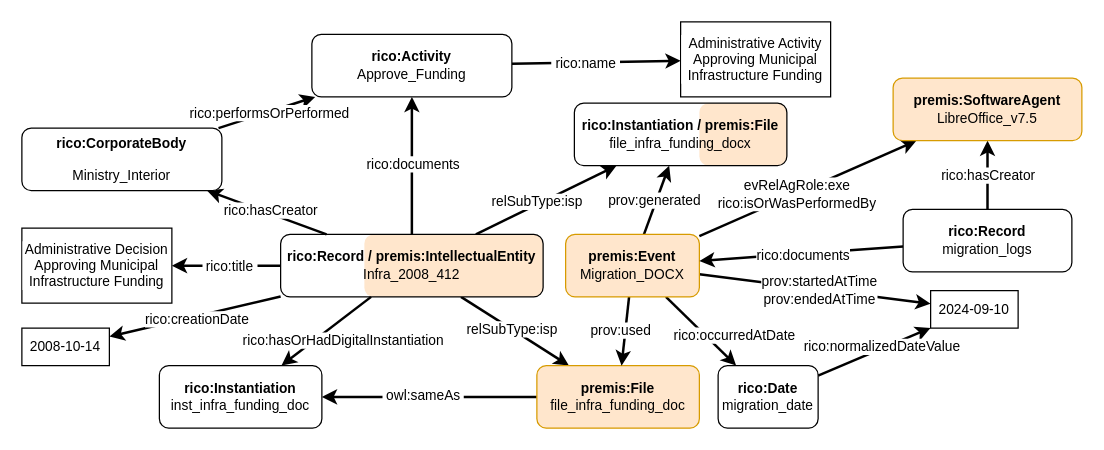
Above: page "example" (4 of 4) of MTSR_2026_paper__1652_comera_ready_src/PREMIS-ontology.drawio in mgdamig/Extending-RiC--CM-to-Capture-Digital-Preservation-Purposes (draw.io), before the change. Source tidied: cells renumbered, new cells numbered last; positions are measured from the earlier drawing's top-left corner, leaving out a move shared by most shapes. Both pictures are drawn from the tidied source at 125%, with x=0, y=0 at pixel (21, 21).
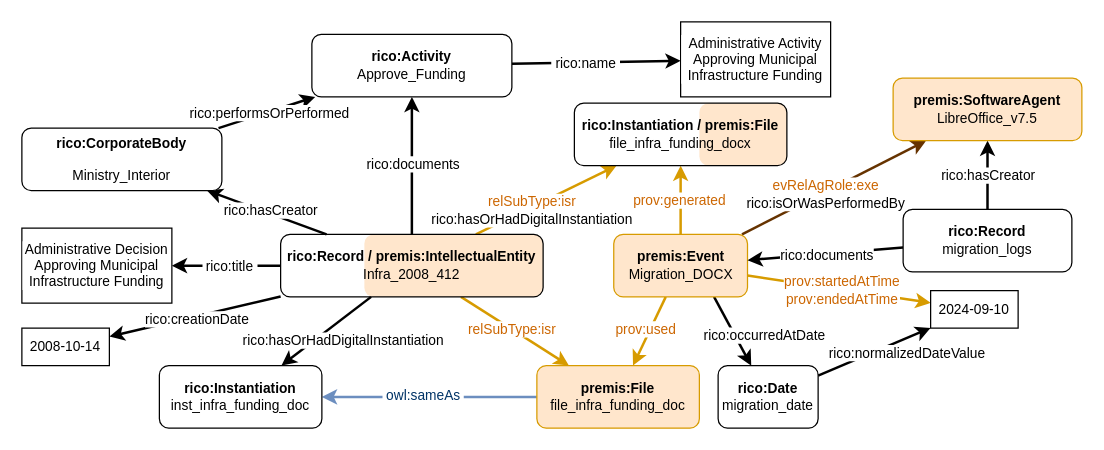
After the change.

The change refers to these unchanged cells:
```xml
<mxCell id="26" value="&lt;b&gt;premis:File&lt;/b&gt;&lt;div&gt;&lt;div&gt;file_infra_funding_doc&lt;b&gt;&lt;/b&gt;&lt;/div&gt;&lt;/div&gt;" style="rounded=1;whiteSpace=wrap;html=1;fontFamily=Helvetica;fontSize=11;labelBackgroundColor=none;fillColor=#ffe6cc;strokeColor=#d79b00;backgroundOutline=0;glass=0;" parent="1" vertex="1">
  <mxGeometry x="412" y="275" width="130" height="50" as="geometry" />
</mxCell>
<mxCell id="27" value="&lt;div&gt;&lt;b&gt;rico:&lt;/b&gt;&lt;span style=&quot;background-color: light-dark(#ffffff, var(--ge-dark-color, #121212));&quot;&gt;&lt;b&gt;Instantiation&lt;/b&gt;&lt;/span&gt;&lt;/div&gt;&lt;div&gt;&lt;span style=&quot;background-color: light-dark(#ffffff, var(--ge-dark-color, #121212)); color: light-dark(rgb(0, 0, 0), rgb(255, 255, 255));&quot;&gt;inst_&lt;/span&gt;&lt;span style=&quot;color: light-dark(rgb(0, 0, 0), rgb(255, 255, 255)); background-color: light-dark(#ffffff, var(--ge-dark-color, #121212));&quot;&gt;infra_funding_doc&lt;/span&gt;&lt;/div&gt;" style="rounded=1;whiteSpace=wrap;html=1;fontFamily=Helvetica;fontSize=11;fontColor=default;labelBackgroundColor=default;" parent="1" vertex="1">
  <mxGeometry x="110" y="275" width="130" height="50" as="geometry" />
</mxCell>
<mxCell id="45" value="&lt;div&gt;&lt;b&gt;premis:SoftwareAgent&lt;/b&gt;&lt;br&gt;&lt;div&gt;LibreOffice_v7.5&lt;/div&gt;&lt;/div&gt;" style="rounded=1;whiteSpace=wrap;html=1;fontFamily=Helvetica;fontSize=11;labelBackgroundColor=none;fillColor=#ffe6cc;strokeColor=#d79b00;backgroundOutline=0;glass=0;" parent="1" vertex="1">
  <mxGeometry x="697" y="45" width="151" height="50" as="geometry" />
</mxCell>
<mxCell id="46" value="2024-09-10" style="rounded=0;whiteSpace=wrap;html=1;fontFamily=Helvetica;fontSize=11;fontColor=default;labelBackgroundColor=default;" parent="1" vertex="1">
  <mxGeometry x="727" y="215" width="70" height="30" as="geometry" />
</mxCell>
<mxCell id="49" value="&lt;b&gt;rico:Record / premis:IntellectualEntity&lt;/b&gt;&lt;div&gt;&lt;div&gt;Infra_2008_412&lt;b&gt;&lt;/b&gt;&lt;/div&gt;&lt;/div&gt;" style="rounded=1;whiteSpace=wrap;html=1;fontFamily=Helvetica;fontSize=11;labelBackgroundColor=none;backgroundOutline=0;glass=1;shadow=0;fillColor=none;" parent="47" vertex="1">
  <mxGeometry width="210" height="50" as="geometry" />
</mxCell>
<mxCell id="52" value="&lt;div style=&quot;&quot;&gt;&lt;b&gt;rico:Instantiation&amp;nbsp;&lt;/b&gt;&lt;b style=&quot;background-color: transparent; color: light-dark(rgb(0, 0, 0), rgb(255, 255, 255));&quot;&gt;/&amp;nbsp;&lt;/b&gt;&lt;span style=&quot;background-color: transparent; color: light-dark(rgb(0, 0, 0), rgb(255, 255, 255));&quot;&gt;&lt;b&gt;premis:File&lt;/b&gt;&lt;/span&gt;&lt;/div&gt;&lt;div&gt;&lt;div&gt;file_infra_funding_docx&lt;/div&gt;&lt;/div&gt;" style="rounded=1;whiteSpace=wrap;html=1;fontFamily=Helvetica;fontSize=11;labelBackgroundColor=none;backgroundOutline=0;glass=1;portConstraintRotation=0;fillColor=none;" parent="50" vertex="1">
  <mxGeometry width="170" height="50" as="geometry" />
</mxCell>
<mxCell id="53" style="edgeStyle=none;shape=connector;rounded=0;jettySize=auto;html=1;strokeColor=default;strokeWidth=2;align=center;verticalAlign=middle;fontFamily=Helvetica;fontSize=11;fontColor=default;labelBackgroundColor=default;endArrow=classic;" parent="1" edge="1" source="55" target="46">
  <mxGeometry relative="1" as="geometry" />
</mxCell>
```

The edit, as a diff of the source:
```diff
@@
-    <mxCell id="10" style="edgeStyle=none;shape=connector;rounded=0;jettySize=auto;html=1;strokeColor=default;strokeWidth=2;align=center;verticalAlign=middle;fontFamily=Helvetica;fontSize=11;fontColor=default;labelBackgroundColor=default;endArrow=classic;" parent="1" edge="1" source="49" target="26">
+    <mxCell id="10" style="edgeStyle=none;shape=connector;rounded=0;jettySize=auto;html=1;strokeColor=#d79b00;strokeWidth=2;align=center;verticalAlign=middle;fontFamily=Helvetica;fontSize=11;fontColor=default;labelBackgroundColor=default;endArrow=classic;fillColor=#ffe6cc;" parent="1" edge="1" source="49" target="26">
       <mxGeometry relative="1" as="geometry" />
     </mxCell>
-    <mxCell id="11" value="relSubType:isp" style="edgeLabel;html=1;align=center;verticalAlign=middle;fontFamily=Helvetica;fontSize=11;fontColor=default;labelBackgroundColor=default;" parent="10" vertex="1">
+    <mxCell id="11" value="relSubType:isr" style="edgeLabel;html=1;align=center;verticalAlign=middle;fontFamily=Helvetica;fontSize=11;fontColor=#CC6600;labelBackgroundColor=default;" parent="10" vertex="1">
       <mxGeometry x="-0.07" relative="1" as="geometry" />
     </mxCell>
@@
-    <mxCell id="14" style="edgeStyle=none;shape=connector;rounded=0;jettySize=auto;html=1;strokeColor=default;strokeWidth=2;align=center;verticalAlign=middle;fontFamily=Helvetica;fontSize=11;fontColor=default;labelBackgroundColor=default;endArrow=classic;" parent="1" edge="1" source="49" target="52">
+    <mxCell id="14" style="edgeStyle=none;shape=connector;rounded=0;jettySize=auto;html=1;strokeColor=#d79b00;strokeWidth=2;align=center;verticalAlign=middle;fontFamily=Helvetica;fontSize=11;fontColor=default;labelBackgroundColor=default;endArrow=classic;fillColor=#ffe6cc;" parent="1" edge="1" source="49" target="52">
       <mxGeometry relative="1" as="geometry" />
     </mxCell>
-    <mxCell id="15" value="relSubType:isp" style="edgeLabel;html=1;align=center;verticalAlign=middle;fontFamily=Helvetica;fontSize=11;fontColor=default;labelBackgroundColor=default;" parent="14" vertex="1">
-      <mxGeometry x="-0.12" y="3" relative="1" as="geometry" />
+    <mxCell id="15" value="relSubType:isr&lt;br&gt;&lt;span style=&quot;color: rgb(0, 0, 0);&quot;&gt;rico:hasOrHadDigitalInstantiation&lt;/span&gt;" style="edgeLabel;html=1;align=center;verticalAlign=middle;fontFamily=Helvetica;fontSize=11;fontColor=#CC6600;labelBackgroundColor=default;" parent="14" vertex="1">
+      <mxGeometry x="-0.12" y="3" relative="1" as="geometry">
+        <mxPoint x="-4" y="7" as="offset" />
+      </mxGeometry>
     </mxCell>
@@
-    <mxCell id="24" style="edgeStyle=none;shape=connector;rounded=0;jettySize=auto;html=1;strokeColor=default;strokeWidth=2;align=center;verticalAlign=middle;fontFamily=Helvetica;fontSize=11;fontColor=default;labelBackgroundColor=default;endArrow=classic;" parent="1" edge="1" source="26" target="27">
+    <mxCell id="24" style="edgeStyle=none;shape=connector;rounded=0;jettySize=auto;html=1;strokeColor=#6c8ebf;strokeWidth=2;align=center;verticalAlign=middle;fontFamily=Helvetica;fontSize=11;fontColor=default;labelBackgroundColor=default;endArrow=classic;fillColor=#dae8fc;" parent="1" edge="1" source="26" target="27">
       <mxGeometry relative="1" as="geometry" />
     </mxCell>
-    <mxCell id="25" value="&amp;nbsp;owl:sameAs&amp;nbsp;" style="edgeLabel;html=1;align=center;verticalAlign=middle;fontFamily=Helvetica;fontSize=11;fontColor=default;labelBackgroundColor=default;" parent="24" vertex="1">
+    <mxCell id="25" value="&amp;nbsp;owl:sameAs&amp;nbsp;" style="edgeLabel;html=1;align=center;verticalAlign=middle;fontFamily=Helvetica;fontSize=11;fontColor=#003366;labelBackgroundColor=default;" parent="24" vertex="1">
       <mxGeometry x="0.07" y="-2" relative="1" as="geometry" />
     </mxCell>
@@
-    <mxCell id="28" style="edgeStyle=none;shape=connector;rounded=0;jettySize=auto;html=1;strokeColor=default;strokeWidth=2;align=center;verticalAlign=middle;fontFamily=Helvetica;fontSize=11;fontColor=default;labelBackgroundColor=default;endArrow=classic;" parent="1" edge="1" source="38" target="26">
+    <mxCell id="28" style="edgeStyle=none;shape=connector;rounded=0;jettySize=auto;html=1;strokeColor=#d79b00;strokeWidth=2;align=center;verticalAlign=middle;fontFamily=Helvetica;fontSize=11;fontColor=default;labelBackgroundColor=default;endArrow=classic;fillColor=#ffe6cc;" parent="1" edge="1" source="38" target="26">
       <mxGeometry relative="1" as="geometry" />
     </mxCell>
-    <mxCell id="29" value="prov:used" style="edgeLabel;html=1;align=center;verticalAlign=middle;fontFamily=Helvetica;fontSize=11;fontColor=default;labelBackgroundColor=default;" parent="28" vertex="1">
+    <mxCell id="29" value="prov:used" style="edgeLabel;html=1;align=center;verticalAlign=middle;fontFamily=Helvetica;fontSize=11;fontColor=#CC6600;labelBackgroundColor=default;" parent="28" vertex="1">
       <mxGeometry x="-0.03" y="-4" relative="1" as="geometry" />
     </mxCell>
-    <mxCell id="30" style="edgeStyle=none;shape=connector;rounded=0;jettySize=auto;html=1;strokeColor=default;strokeWidth=2;align=center;verticalAlign=middle;fontFamily=Helvetica;fontSize=11;fontColor=default;labelBackgroundColor=default;endArrow=classic;" parent="1" edge="1" source="38" target="52">
+    <mxCell id="30" style="edgeStyle=none;shape=connector;rounded=0;jettySize=auto;html=1;strokeColor=#d79b00;strokeWidth=2;align=center;verticalAlign=middle;fontFamily=Helvetica;fontSize=11;fontColor=default;labelBackgroundColor=default;endArrow=classic;fillColor=#ffe6cc;" parent="1" edge="1" source="38" target="52">
       <mxGeometry relative="1" as="geometry" />
     </mxCell>
-    <mxCell id="31" value="prov:generated" style="edgeLabel;html=1;align=center;verticalAlign=middle;fontFamily=Helvetica;fontSize=11;fontColor=default;labelBackgroundColor=default;" parent="30" vertex="1">
+    <mxCell id="31" value="prov:generated" style="edgeLabel;html=1;align=center;verticalAlign=middle;fontFamily=Helvetica;fontSize=11;fontColor=#CC6600;labelBackgroundColor=default;" parent="30" vertex="1">
       <mxGeometry y="2" relative="1" as="geometry" />
     </mxCell>
-    <mxCell id="32" style="edgeStyle=none;shape=connector;rounded=0;jettySize=auto;html=1;strokeColor=default;strokeWidth=2;align=center;verticalAlign=middle;fontFamily=Helvetica;fontSize=11;fontColor=default;labelBackgroundColor=default;endArrow=classic;" parent="1" edge="1" source="38" target="45">
+    <mxCell id="32" style="edgeStyle=none;shape=connector;rounded=0;jettySize=auto;html=1;strokeColor=#663300;strokeWidth=2;align=center;verticalAlign=middle;fontFamily=Helvetica;fontSize=11;fontColor=default;labelBackgroundColor=default;endArrow=classic;" parent="1" edge="1" source="38" target="45">
       <mxGeometry relative="1" as="geometry" />
     </mxCell>
-    <mxCell id="33" value="evRelAgRole:exe&lt;div&gt;rico:isOrWasPerformedBy&lt;/div&gt;" style="edgeLabel;html=1;align=center;verticalAlign=middle;fontFamily=Helvetica;fontSize=11;fontColor=default;labelBackgroundColor=default;" parent="32" vertex="1">
+    <mxCell id="33" value="&lt;font style=&quot;color: rgb(204, 102, 0);&quot;&gt;evRelAgRole:exe&lt;/font&gt;&lt;div&gt;rico:isOrWasPerformedBy&lt;/div&gt;" style="edgeLabel;html=1;align=center;verticalAlign=middle;fontFamily=Helvetica;fontSize=11;fontColor=default;labelBackgroundColor=default;" parent="32" vertex="1">
       <mxGeometry x="-0.2" y="1" relative="1" as="geometry">
         <mxPoint x="8" y="-2" as="offset" />
       </mxGeometry>
     </mxCell>
-    <mxCell id="34" style="edgeStyle=none;shape=connector;rounded=0;jettySize=auto;html=1;strokeColor=default;strokeWidth=2;align=center;verticalAlign=middle;fontFamily=Helvetica;fontSize=11;fontColor=default;labelBackgroundColor=default;endArrow=classic;" parent="1" edge="1" source="38" target="46">
+    <mxCell id="34" style="edgeStyle=none;shape=connector;rounded=0;jettySize=auto;html=1;strokeColor=#d79b00;strokeWidth=2;align=center;verticalAlign=middle;fontFamily=Helvetica;fontSize=11;fontColor=default;labelBackgroundColor=default;endArrow=classic;fillColor=#ffe6cc;" parent="1" edge="1" source="38" target="46">
       <mxGeometry relative="1" as="geometry" />
     </mxCell>
-    <mxCell id="35" value="prov:startedAtTime&lt;div&gt;prov:endedAtTime&lt;/div&gt;" style="edgeLabel;html=1;align=center;verticalAlign=middle;fontFamily=Helvetica;fontSize=11;fontColor=default;labelBackgroundColor=default;" parent="34" vertex="1">
+    <mxCell id="35" value="prov:startedAtTime&lt;div&gt;prov:endedAtTime&lt;/div&gt;" style="edgeLabel;html=1;align=center;verticalAlign=middle;fontFamily=Helvetica;fontSize=11;fontColor=#CC6600;labelBackgroundColor=default;" parent="34" vertex="1">
       <mxGeometry x="0.06" relative="1" as="geometry">
         <mxPoint x="-3" as="offset" />
       </mxGeometry>
     </mxCell>
@@
     <mxCell id="38" value="&lt;div&gt;&lt;b&gt;premis:Event&lt;/b&gt;&lt;br&gt;&lt;div&gt;Migration_DOCX&lt;/div&gt;&lt;/div&gt;" style="rounded=1;whiteSpace=wrap;html=1;fontFamily=Helvetica;fontSize=11;labelBackgroundColor=none;fillColor=#ffe6cc;strokeColor=#d79b00;backgroundOutline=0;glass=0;" parent="1" vertex="1">
-      <mxGeometry x="435" y="170" width="107" height="50" as="geometry" />
+      <mxGeometry x="473.5" y="170" width="107" height="50" as="geometry" />
     </mxCell>
@@
     <mxCell id="54" value="&amp;nbsp;rico:normalizedDateValue&amp;nbsp;" style="edgeLabel;html=1;align=center;verticalAlign=middle;fontFamily=Helvetica;fontSize=11;fontColor=default;labelBackgroundColor=default;rotation=0;" parent="53" vertex="1">
       <mxGeometry x="0.03" y="5" relative="1" as="geometry">
-        <mxPoint x="6" y="1" as="offset" />
+        <mxPoint x="26" y="6" as="offset" />
       </mxGeometry>
     </mxCell>
```
